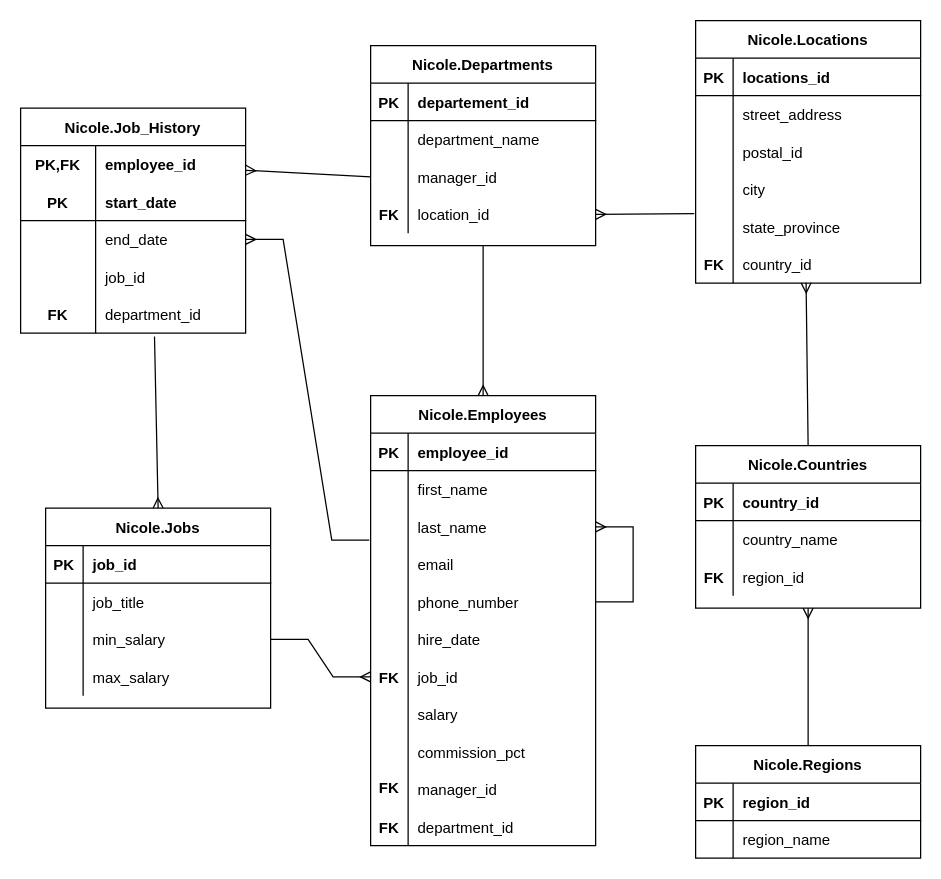
Above: HR.drawio in c-ncl/Human-Resources (draw.io), before the change. Source tidied: cells renumbered, new cells numbered last; positions are measured from the earlier drawing's top-left corner, leaving out a move shared by most shapes. Both pictures are drawn from the tidied source at 125%, with x=0, y=0 at pixel (20, 20).
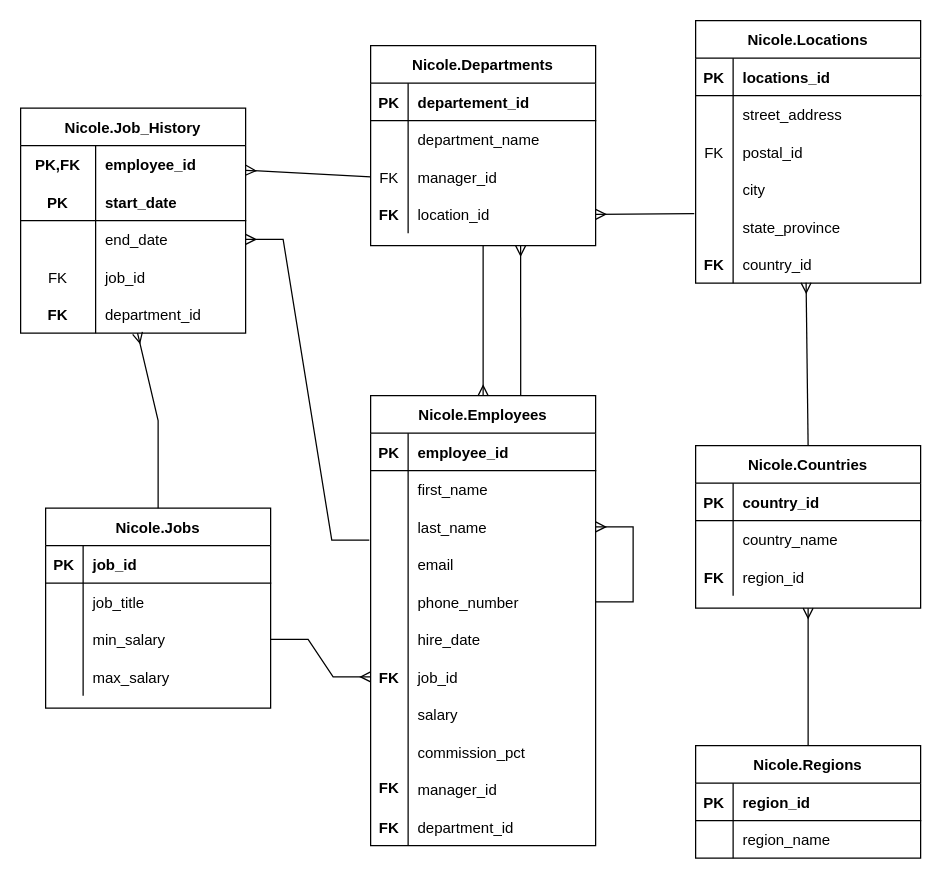
After the change.

Unchanged cells that the change refers to:
```xml
<mxCell id="12" value="Nicole.Employees" style="shape=table;startSize=30;childLayout=tableLayout;rowLines=0;fontStyle=1;align=center;" parent="1" vertex="1">
  <mxGeometry x="280" y="300" width="180" height="360" as="geometry" />
</mxCell>
<mxCell id="54" style="shape=partialRectangle;fillColor=none;top=0;left=0;bottom=0;right=0;points=[[0,0.5],[1,0.5]];portConstraint=eastwest;" parent="47" vertex="1">
  <mxGeometry y="90" width="180" height="30" as="geometry" />
</mxCell>
<mxCell id="73" value="Nicole.Jobs" style="shape=table;startSize=30;childLayout=tableLayout;rowLines=0;fontStyle=1;align=center;" parent="1" vertex="1">
  <mxGeometry x="20" y="390" width="180" height="160" as="geometry" />
</mxCell>
<mxCell id="94" style="shape=partialRectangle;fillColor=none;top=0;left=0;bottom=0;right=0;" parent="87" vertex="1">
  <mxGeometry y="90" width="180" height="30" as="geometry" />
</mxCell>
<mxCell id="117" style="shape=partialRectangle;fillColor=none;top=0;left=0;bottom=0;right=0;labelBorderColor=none;strokeColor=default;verticalAlign=middle;" parent="107" vertex="1">
  <mxGeometry y="120" width="180" height="30" as="geometry" />
</mxCell>
<mxCell id="120" style="shape=partialRectangle;fillColor=none;top=0;left=0;bottom=0;right=0;points=[[0,0.5],[1,0.5]];portConstraint=eastwest;labelBorderColor=none;strokeColor=default;verticalAlign=middle;" parent="107" vertex="1">
  <mxGeometry y="150" width="180" height="30" as="geometry" />
</mxCell>
```

Diff of the diagram source:
```diff
@@
-    <mxCell id="55" style="shape=partialRectangle;fillColor=none;top=0;left=0;bottom=0;right=0;overflow=hidden;" parent="54" vertex="1">
+    <mxCell id="55" value="FK" style="shape=partialRectangle;fillColor=none;top=0;left=0;bottom=0;right=0;overflow=hidden;" parent="54" vertex="1">
       <mxGeometry width="30" height="30" as="geometry" />
     </mxCell>
@@
-    <mxCell id="86" style="fontSize=12;html=1;endArrow=ERmany;rounded=0;exitX=0.595;exitY=1.09;exitDx=0;exitDy=0;entryX=0.5;entryY=0;entryDx=0;entryDy=0;exitPerimeter=0;" parent="1" edge="1" source="120" target="73">
-      <mxGeometry relative="1" as="geometry" />
+    <mxCell id="86" style="fontSize=12;html=1;endArrow=ERmany;rounded=0;exitX=0.5;exitY=0;exitDx=0;exitDy=0;" parent="1" edge="1" source="73" target="120">
+      <mxGeometry relative="1" as="geometry">
+        <Array as="points">
+          <mxPoint x="110" y="320" />
+        </Array>
+      </mxGeometry>
     </mxCell>
@@
-    <mxCell id="95" style="shape=partialRectangle;fillColor=none;top=0;left=0;bottom=0;right=0;overflow=hidden;" parent="94" vertex="1">
+    <mxCell id="95" value="FK" style="shape=partialRectangle;fillColor=none;top=0;left=0;bottom=0;right=0;overflow=hidden;" parent="94" vertex="1">
       <mxGeometry width="30" height="30" as="geometry" />
     </mxCell>
@@
-    <mxCell id="118" style="shape=partialRectangle;fillColor=none;top=0;left=0;bottom=0;right=0;overflow=hidden;labelBorderColor=none;strokeColor=default;verticalAlign=middle;" parent="117" vertex="1">
+    <mxCell id="118" value="FK" style="shape=partialRectangle;fillColor=none;top=0;left=0;bottom=0;right=0;overflow=hidden;labelBorderColor=none;strokeColor=default;verticalAlign=middle;" parent="117" vertex="1">
       <mxGeometry width="60" height="30" as="geometry" />
     </mxCell>
@@
+    <mxCell id="123" style="fontSize=12;html=1;endArrow=ERmany;rounded=0;exitX=0.667;exitY=0;exitDx=0;exitDy=0;exitPerimeter=0;" parent="1" edge="1" source="12">
+      <mxGeometry relative="1" as="geometry">
+        <mxPoint x="400" y="180" as="targetPoint" />
+      </mxGeometry>
+    </mxCell>
```
